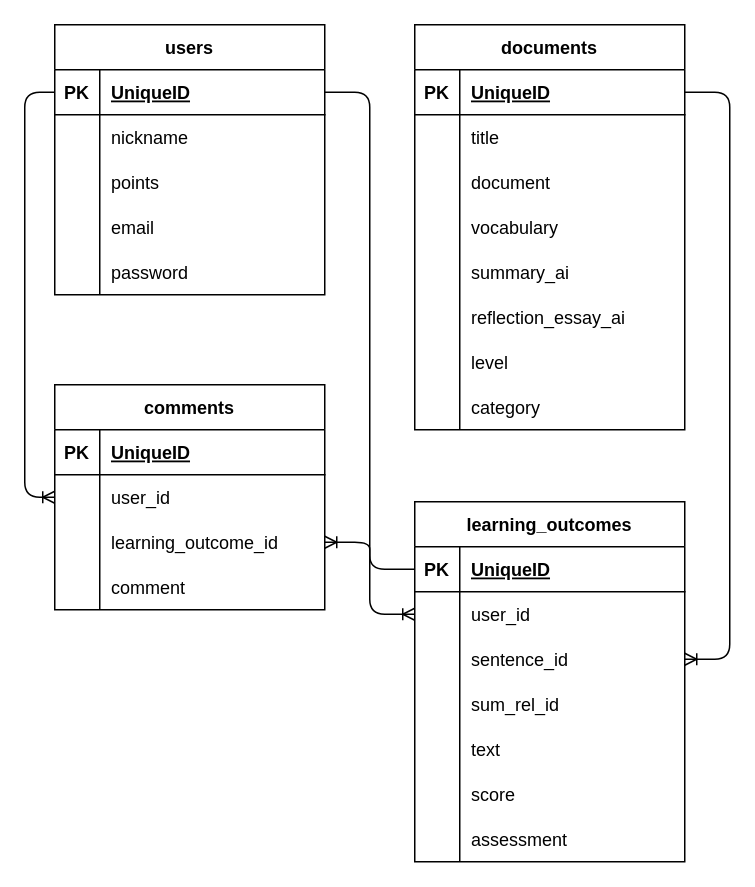
This is ER.dio from keisuke10009/ai_study, a draw.io file, before an edit. Source tidied: cells renumbered, new cells numbered last; positions are measured from the earlier drawing's top-left corner, leaving out a move shared by most shapes. Both pictures are drawn from the tidied source at 150%, with x=0, y=0 at pixel (24, 24).
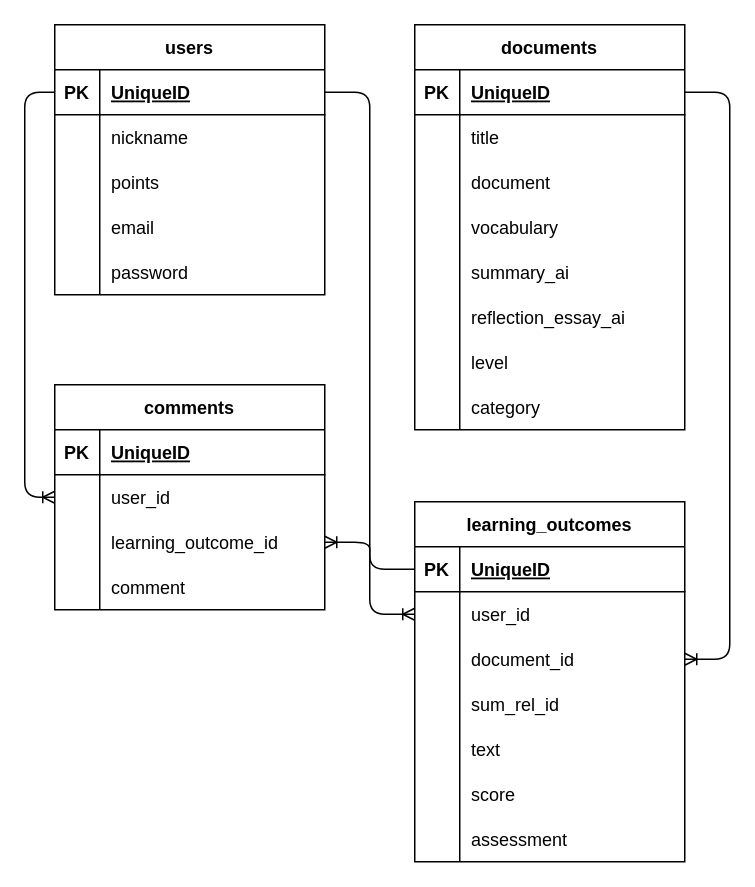
Above is the later version.

Unchanged cells that the change refers to:
```xml
<mxCell id="63" style="shape=tableRow;horizontal=0;startSize=0;swimlaneHead=0;swimlaneBody=0;fillColor=none;points=[[0,0.5],[1,0.5]];portConstraint=eastwest;top=0;left=0;right=0;bottom=0;" parent="56" vertex="1">
  <mxGeometry y="90" width="180" height="30" as="geometry" />
</mxCell>
```

What changed in the source:
```diff
@@
-    <mxCell id="65" value="sentence_id" style="shape=partialRectangle;fillColor=none;top=0;left=0;bottom=0;right=0;align=left;spacingLeft=6;overflow=hidden;" parent="63" vertex="1">
+    <mxCell id="65" value="document_id" style="shape=partialRectangle;fillColor=none;top=0;left=0;bottom=0;right=0;align=left;spacingLeft=6;overflow=hidden;" parent="63" vertex="1">
       <mxGeometry x="30" width="150" height="30" as="geometry" />
     </mxCell>
```
